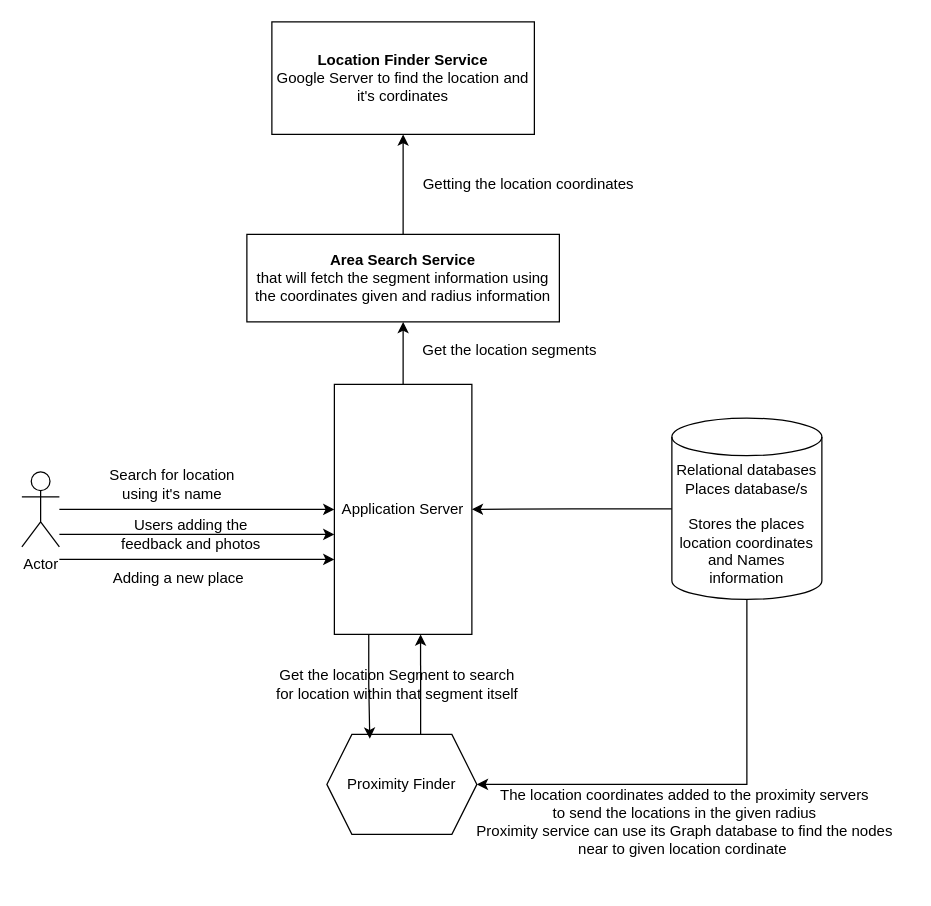
This is Yelp-ProximityServers.drawio from anshul1790/system-design-playground, a draw.io file, before an edit. Source tidied: cells renumbered, new cells numbered last; positions are measured from the earlier drawing's top-left corner, leaving out a move shared by most shapes. Both pictures are drawn from the tidied source at 125%, with x=0, y=0 at pixel (21, 21).
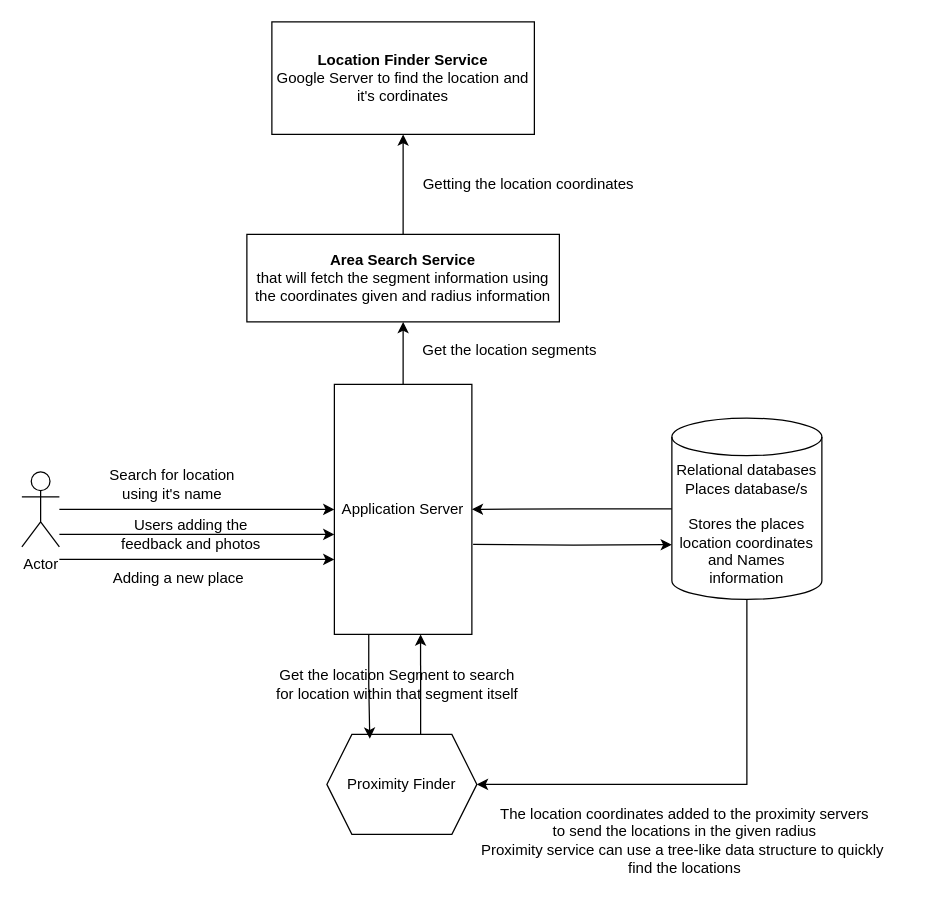
After the change.

The change refers to these unchanged cells:
```xml
<mxCell id="8" value="&lt;div&gt;Relational databases&lt;/div&gt;Places database/s&lt;div&gt;&lt;br&gt;&lt;/div&gt;&lt;div&gt;Stores the places location coordinates and Names information&lt;/div&gt;" style="shape=cylinder3;whiteSpace=wrap;html=1;boundedLbl=1;backgroundOutline=1;size=15;" parent="1" vertex="1">
  <mxGeometry x="520" y="317" width="120" height="145" as="geometry" />
</mxCell>
```

Diff of the diagram source:
```diff
@@
-    <mxCell id="20" value="The location coordinates added to the proximity servers&lt;div&gt;to send the locations in the given radius&lt;br&gt;&lt;div&gt;Proximity service can use its Graph database to find the nodes&lt;/div&gt;&lt;div&gt;near to given location cordinate&amp;nbsp;&lt;/div&gt;&lt;/div&gt;" style="text;html=1;align=center;verticalAlign=middle;strokeColor=none;fillColor=none;" parent="1" vertex="1">
-      <mxGeometry x="350" y="605" width="360" height="70" as="geometry" />
+    <mxCell id="20" value="The location coordinates added to the proximity servers&lt;div&gt;to send the locations in the given radius&lt;br&gt;&lt;div&gt;Proximity service can use a tree-like data structure to quickly&amp;nbsp;&lt;/div&gt;&lt;/div&gt;&lt;div&gt;find the locations&lt;/div&gt;" style="text;html=1;align=center;verticalAlign=middle;strokeColor=none;fillColor=none;" parent="1" vertex="1">
+      <mxGeometry x="355" y="620" width="350" height="70" as="geometry" />
     </mxCell>
@@
+    <mxCell id="24" style="edgeStyle=orthogonalEdgeStyle;rounded=0;jettySize=auto;html=1;entryX=0;entryY=0;entryDx=0;entryDy=101.25;entryPerimeter=0;" parent="1" edge="1" target="8">
+      <mxGeometry relative="1" as="geometry">
+        <mxPoint x="361" y="418" as="sourcePoint" />
+      </mxGeometry>
+    </mxCell>
```
